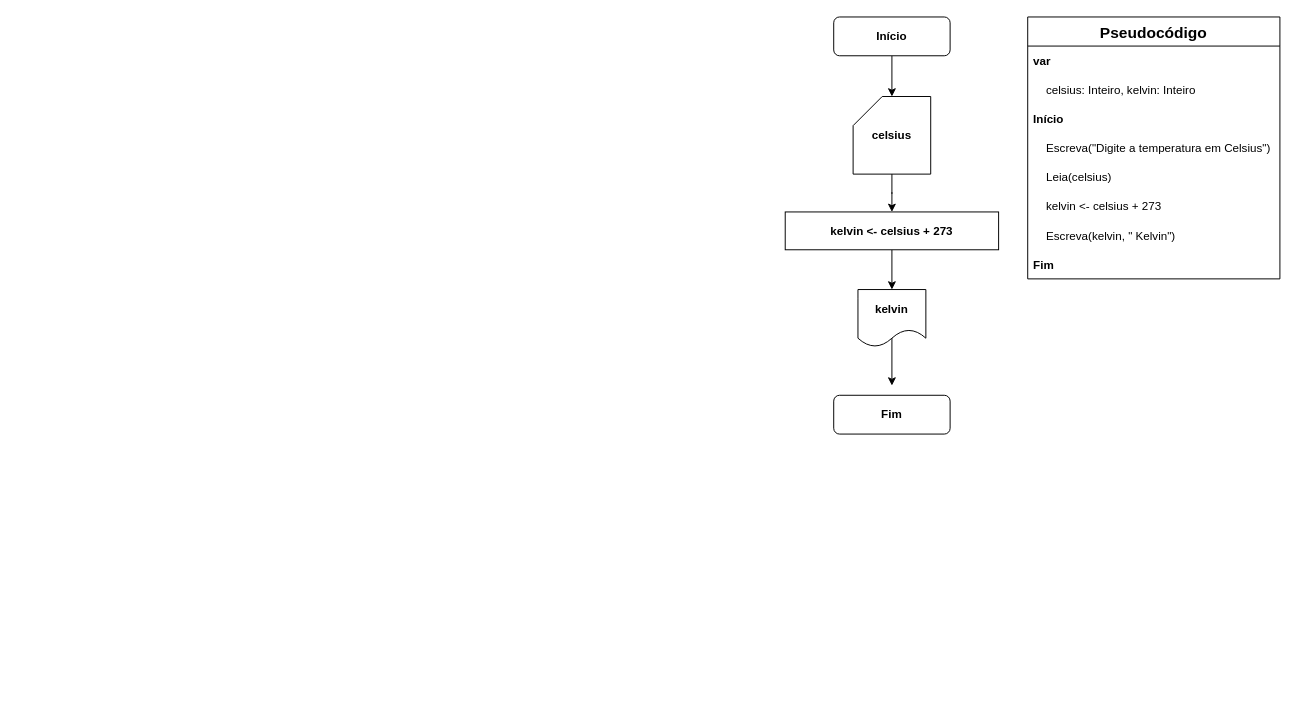
The draw.io diagram page "Ex. 1.4" (4 of 5) of exercicios.drawio in iSamekh/draw.io, before the edit. Source tidied: cells renumbered, new cells numbered last; positions are measured from the earlier drawing's top-left corner, leaving out a move shared by most shapes. Both pictures are drawn from the tidied source at 97%, with x=0, y=0 at pixel (785, 16).
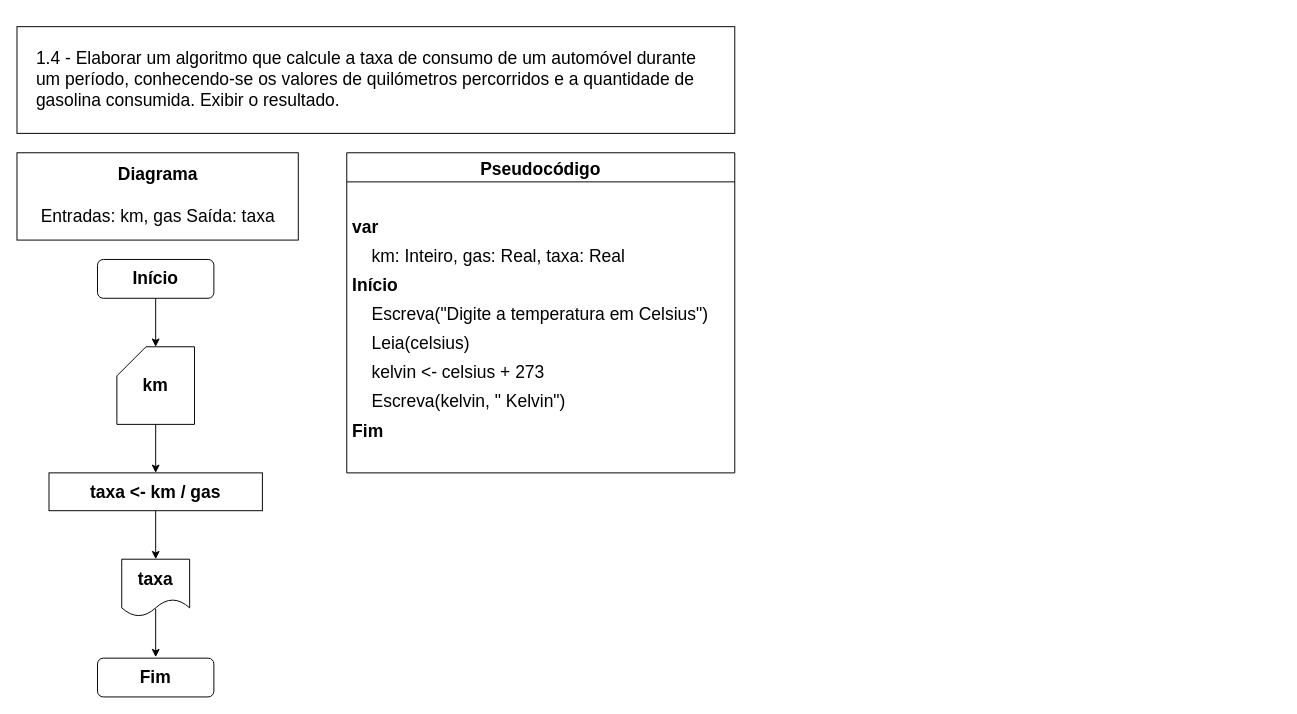
The same diagram, later.

Change to the diagram source:
```diff
@@
-    <mxCell id="2" style="edgeStyle=orthogonalEdgeStyle;rounded=0;jettySize=auto;html=1;" parent="1" edge="1" source="3" target="8">
+    <mxCell id="2" style="edgeStyle=orthogonalEdgeStyle;rounded=0;jettySize=auto;html=1;fontSize=18;fontColor=#0F0F0F;" parent="1" edge="1" source="3" target="8">
       <mxGeometry relative="1" as="geometry" />
     </mxCell>
-    <mxCell id="3" value="Início" style="rounded=1;whiteSpace=wrap;html=1;fontSize=12;glass=0;strokeWidth=1;shadow=0;fontStyle=1;" parent="1" vertex="1">
-      <mxGeometry x="50" width="120" height="40" as="geometry" />
+    <mxCell id="3" value="Início" style="rounded=1;whiteSpace=wrap;html=1;fontSize=18;glass=0;strokeWidth=1;shadow=0;fontStyle=1;" parent="1" vertex="1">
+      <mxGeometry x="-709" y="250" width="120" height="40" as="geometry" />
     </mxCell>
-    <mxCell id="4" value="Fim" style="rounded=1;whiteSpace=wrap;html=1;fontSize=12;glass=0;strokeWidth=1;shadow=0;fontStyle=1;" parent="1" vertex="1">
-      <mxGeometry x="50" y="390" width="120" height="40" as="geometry" />
+    <mxCell id="4" value="Fim" style="rounded=1;whiteSpace=wrap;html=1;fontSize=18;glass=0;strokeWidth=1;shadow=0;fontStyle=1;" parent="1" vertex="1">
+      <mxGeometry x="-709" y="661" width="120" height="40" as="geometry" />
     </mxCell>
-    <mxCell id="5" style="edgeStyle=orthogonalEdgeStyle;rounded=0;orthogonalLoop=1;jettySize=auto;html=1;" parent="1" edge="1">
-      <mxGeometry relative="1" as="geometry">
-        <mxPoint x="110" y="330" as="sourcePoint" />
-        <mxPoint x="110" y="380" as="targetPoint" />
-      </mxGeometry>
-    </mxCell>
+    <mxCell id="20" style="edgeStyle=orthogonalEdgeStyle;rounded=0;orthogonalLoop=1;jettySize=auto;html=1;fontSize=18;fontColor=#0F0F0F;" parent="1" edge="1">
+      <mxGeometry relative="1" as="geometry">
+        <mxPoint x="-649" y="610" as="sourcePoint" />
+        <mxPoint x="-649" y="660" as="targetPoint" />
+      </mxGeometry>
+    </mxCell>
-    <mxCell id="6" value="kelvin" style="shape=document;whiteSpace=wrap;html=1;boundedLbl=1;fontStyle=1;" parent="1" vertex="1">
-      <mxGeometry x="75" y="281" width="70" height="59" as="geometry" />
+    <mxCell id="6" value="taxa" style="shape=document;whiteSpace=wrap;html=1;boundedLbl=1;fontStyle=1;fontSize=18;" parent="1" vertex="1">
+      <mxGeometry x="-684" y="559" width="70" height="59" as="geometry" />
     </mxCell>
-    <mxCell id="7" style="edgeStyle=orthogonalEdgeStyle;rounded=0;jettySize=auto;html=1;" parent="1" edge="1" source="8" target="10">
+    <mxCell id="7" style="edgeStyle=orthogonalEdgeStyle;rounded=0;jettySize=auto;html=1;fontSize=18;fontColor=#0F0F0F;" parent="1" edge="1" source="8" target="10">
       <mxGeometry relative="1" as="geometry" />
     </mxCell>
-    <mxCell id="8" value="celsius" style="shape=card;whiteSpace=wrap;html=1;fontStyle=1;" parent="1" vertex="1">
-      <mxGeometry x="70" y="82" width="80" height="80" as="geometry" />
+    <mxCell id="8" value="km" style="shape=card;whiteSpace=wrap;html=1;fontStyle=1;fontSize=18;" parent="1" vertex="1">
+      <mxGeometry x="-689" y="340" width="80" height="80" as="geometry" />
     </mxCell>
-    <mxCell id="9" style="edgeStyle=orthogonalEdgeStyle;rounded=0;jettySize=auto;html=1;fontStyle=1;" parent="1" edge="1" source="10" target="6">
+    <mxCell id="9" style="edgeStyle=orthogonalEdgeStyle;rounded=0;jettySize=auto;html=1;fontSize=18;fontColor=#0F0F0F;" parent="1" edge="1" source="10" target="6">
       <mxGeometry relative="1" as="geometry" />
     </mxCell>
-    <mxCell id="10" value="kelvin &amp;lt;- celsius + 273" style="rounded=0;whiteSpace=wrap;html=1;fontStyle=1;" parent="1" vertex="1">
-      <mxGeometry y="201" width="220" height="39" as="geometry" />
+    <mxCell id="10" value="taxa &amp;lt;- km / gas" style="rounded=0;whiteSpace=wrap;html=1;fontStyle=1;fontSize=18;" parent="1" vertex="1">
+      <mxGeometry x="-759" y="470" width="220" height="39" as="geometry" />
     </mxCell>
-    <mxCell id="11" value="Pseudocódigo" style="swimlane;fontStyle=1;horizontal=1;startSize=30;rounded=0;shadow=0;labelBackgroundColor=#FFFFFF;labelBorderColor=none;sketch=0;fillStyle=auto;strokeColor=default;strokeWidth=1;fillColor=default;swimlaneLine=1;glass=0;arcSize=20;fontSize=16;" parent="1" vertex="1">
-      <mxGeometry x="250" width="260" height="270" as="geometry" />
+    <mxCell id="11" value="Pseudocódigo" style="swimlane;fontStyle=1;horizontal=1;startSize=30;rounded=0;shadow=0;labelBackgroundColor=#FFFFFF;labelBorderColor=none;sketch=0;fillStyle=auto;strokeColor=default;strokeWidth=1;fillColor=default;swimlaneLine=1;glass=0;arcSize=20;fontSize=18;spacing=10;" parent="1" vertex="1">
+      <mxGeometry x="-452" y="140" width="400" height="330" as="geometry" />
     </mxCell>
+    <mxCell id="21" style="text;strokeColor=none;fillColor=none;align=left;verticalAlign=middle;spacingLeft=4;spacingRight=4;overflow=hidden;rounded=1;shadow=0;labelBackgroundColor=none;labelBorderColor=none;sketch=0;fillStyle=auto;strokeWidth=5;glass=0;fontStyle=1;fontSize=18;" parent="11" vertex="1">
+      <mxGeometry y="30" width="400" height="30" as="geometry" />
+    </mxCell>
-    <mxCell id="12" value="var" style="text;strokeColor=none;fillColor=none;align=left;verticalAlign=middle;spacingLeft=4;spacingRight=4;overflow=hidden;rounded=1;shadow=0;labelBackgroundColor=none;labelBorderColor=none;sketch=0;fillStyle=auto;strokeWidth=5;glass=0;fontStyle=1;" parent="11" vertex="1">
-      <mxGeometry y="30" width="260" height="30" as="geometry" />
+    <mxCell id="12" value="var" style="text;strokeColor=none;fillColor=none;align=left;verticalAlign=middle;spacingLeft=4;spacingRight=4;overflow=hidden;rounded=1;shadow=0;labelBackgroundColor=none;labelBorderColor=none;sketch=0;fillStyle=auto;strokeWidth=5;glass=0;fontStyle=1;fontSize=18;" parent="11" vertex="1">
+      <mxGeometry y="60" width="400" height="30" as="geometry" />
     </mxCell>
-    <mxCell id="13" value="    celsius: Inteiro, kelvin: Inteiro" style="text;strokeColor=none;fillColor=none;align=left;verticalAlign=middle;spacingLeft=4;spacingRight=4;overflow=hidden;rounded=1;shadow=0;labelBackgroundColor=none;labelBorderColor=none;sketch=1;fillStyle=auto;strokeWidth=5;" parent="11" vertex="1">
-      <mxGeometry y="60" width="260" height="30" as="geometry" />
+    <mxCell id="13" value="    km: Inteiro, gas: Real, taxa: Real" style="text;strokeColor=none;fillColor=none;align=left;verticalAlign=middle;spacingLeft=4;spacingRight=4;overflow=hidden;rounded=1;shadow=0;labelBackgroundColor=none;labelBorderColor=none;sketch=1;fillStyle=auto;strokeWidth=5;fontSize=18;" parent="11" vertex="1">
+      <mxGeometry y="90" width="400" height="30" as="geometry" />
     </mxCell>
-    <mxCell id="14" value="Início" style="text;strokeColor=none;fillColor=none;align=left;verticalAlign=middle;spacingLeft=4;spacingRight=4;overflow=hidden;rounded=1;shadow=0;labelBackgroundColor=none;labelBorderColor=none;sketch=1;fillStyle=auto;strokeWidth=5;fontStyle=1;" parent="11" vertex="1">
-      <mxGeometry y="90" width="260" height="30" as="geometry" />
+    <mxCell id="14" value="Início" style="text;strokeColor=none;fillColor=none;align=left;verticalAlign=middle;spacingLeft=4;spacingRight=4;overflow=hidden;rounded=1;shadow=0;labelBackgroundColor=none;labelBorderColor=none;sketch=1;fillStyle=auto;strokeWidth=5;fontStyle=1;fontSize=18;" parent="11" vertex="1">
+      <mxGeometry y="120" width="400" height="30" as="geometry" />
     </mxCell>
-    <mxCell id="15" value="     Escreva(&quot;Digite a temperatura em Celsius&quot;)" style="text;strokeColor=none;fillColor=none;align=left;verticalAlign=middle;spacingLeft=4;spacingRight=4;overflow=hidden;rounded=1;shadow=0;labelBackgroundColor=none;labelBorderColor=none;sketch=1;fillStyle=auto;strokeWidth=5;fontStyle=0;" parent="11" vertex="1">
-      <mxGeometry y="120" width="260" height="30" as="geometry" />
+    <mxCell id="15" value="     Escreva(&quot;Digite a temperatura em Celsius&quot;)" style="text;strokeColor=none;fillColor=none;align=left;verticalAlign=middle;spacingLeft=4;spacingRight=4;overflow=hidden;rounded=1;shadow=0;labelBackgroundColor=none;labelBorderColor=none;sketch=1;fillStyle=auto;strokeWidth=5;fontStyle=0;fontSize=18;" parent="11" vertex="1">
+      <mxGeometry y="150" width="400" height="30" as="geometry" />
     </mxCell>
-    <mxCell id="16" value="     Leia(celsius)" style="text;strokeColor=none;fillColor=none;align=left;verticalAlign=middle;spacingLeft=4;spacingRight=4;overflow=hidden;rounded=1;shadow=0;labelBackgroundColor=none;labelBorderColor=none;sketch=1;fillStyle=auto;strokeWidth=5;fontStyle=0;" parent="11" vertex="1">
-      <mxGeometry y="150" width="260" height="30" as="geometry" />
+    <mxCell id="16" value="     Leia(celsius)" style="text;strokeColor=none;fillColor=none;align=left;verticalAlign=middle;spacingLeft=4;spacingRight=4;overflow=hidden;rounded=1;shadow=0;labelBackgroundColor=none;labelBorderColor=none;sketch=1;fillStyle=auto;strokeWidth=5;fontStyle=0;fontSize=18;" parent="11" vertex="1">
+      <mxGeometry y="180" width="400" height="30" as="geometry" />
     </mxCell>
-    <mxCell id="17" value="    kelvin &lt;- celsius + 273" style="text;strokeColor=none;fillColor=none;align=left;verticalAlign=middle;spacingLeft=4;spacingRight=4;overflow=hidden;rounded=1;shadow=0;labelBackgroundColor=none;labelBorderColor=none;sketch=1;fillStyle=auto;strokeWidth=5;fontStyle=0;" parent="11" vertex="1">
-      <mxGeometry y="180" width="260" height="30" as="geometry" />
+    <mxCell id="17" value="    kelvin &lt;- celsius + 273" style="text;strokeColor=none;fillColor=none;align=left;verticalAlign=middle;spacingLeft=4;spacingRight=4;overflow=hidden;rounded=1;shadow=0;labelBackgroundColor=none;labelBorderColor=none;sketch=1;fillStyle=auto;strokeWidth=5;fontStyle=0;fontSize=18;" parent="11" vertex="1">
+      <mxGeometry y="210" width="400" height="30" as="geometry" />
     </mxCell>
-    <mxCell id="18" value="     Escreva(kelvin, &quot; Kelvin&quot;)" style="text;strokeColor=none;fillColor=none;align=left;verticalAlign=middle;spacingLeft=4;spacingRight=4;overflow=hidden;rounded=1;shadow=0;labelBackgroundColor=none;labelBorderColor=none;sketch=1;fillStyle=auto;strokeWidth=5;fontStyle=0;" parent="11" vertex="1">
-      <mxGeometry y="210" width="260" height="30" as="geometry" />
+    <mxCell id="18" value="     Escreva(kelvin, &quot; Kelvin&quot;)" style="text;strokeColor=none;fillColor=none;align=left;verticalAlign=middle;spacingLeft=4;spacingRight=4;overflow=hidden;rounded=1;shadow=0;labelBackgroundColor=none;labelBorderColor=none;sketch=1;fillStyle=auto;strokeWidth=5;fontStyle=0;fontSize=18;" parent="11" vertex="1">
+      <mxGeometry y="240" width="400" height="30" as="geometry" />
     </mxCell>
-    <mxCell id="19" value="Fim" style="text;strokeColor=none;fillColor=none;align=left;verticalAlign=middle;spacingLeft=4;spacingRight=4;overflow=hidden;rounded=1;shadow=0;labelBackgroundColor=none;labelBorderColor=none;sketch=1;fillStyle=auto;strokeWidth=5;fontStyle=1;" parent="11" vertex="1">
-      <mxGeometry y="240" width="260" height="30" as="geometry" />
+    <mxCell id="19" value="Fim" style="text;strokeColor=none;fillColor=none;align=left;verticalAlign=middle;spacingLeft=4;spacingRight=4;overflow=hidden;rounded=1;shadow=0;labelBackgroundColor=none;labelBorderColor=none;sketch=1;fillStyle=auto;strokeWidth=5;fontStyle=1;fontSize=18;" parent="11" vertex="1">
+      <mxGeometry y="270" width="400" height="30" as="geometry" />
     </mxCell>
+    <mxCell id="22" style="text;strokeColor=none;fillColor=none;align=left;verticalAlign=middle;spacingLeft=4;spacingRight=4;overflow=hidden;rounded=1;shadow=0;labelBackgroundColor=none;labelBorderColor=none;sketch=1;fillStyle=auto;strokeWidth=5;fontStyle=1;fontSize=18;" parent="11" vertex="1">
+      <mxGeometry y="300" width="400" height="30" as="geometry" />
+    </mxCell>
+    <mxCell id="23" value="&lt;font style=&quot;font-size: 18px;&quot;&gt;&lt;b style=&quot;font-size: 18px;&quot;&gt;Diagrama&lt;br&gt;&lt;/b&gt;&lt;br style=&quot;font-size: 18px;&quot;&gt;&lt;div style=&quot;text-align: left; font-size: 18px;&quot;&gt;&lt;span style=&quot;font-size: 18px;&quot;&gt;&lt;font style=&quot;font-size: 18px;&quot;&gt;Entradas: km, gas&lt;span style=&quot;white-space: pre;&quot;&gt; &lt;/span&gt;&lt;/font&gt;&lt;/span&gt;Saída: taxa&lt;/div&gt;&lt;/font&gt;" style="text;html=1;align=center;verticalAlign=middle;fillColor=default;strokeColor=default;rounded=0;shadow=0;glass=0;labelBackgroundColor=#FFFFFF;labelBorderColor=none;sketch=0;fillStyle=auto;strokeWidth=1;fontSize=18;spacing=10;" parent="1" vertex="1">
+      <mxGeometry x="-792" y="140" width="290" height="90" as="geometry" />
+    </mxCell>
+    <mxCell id="24" value="&lt;font style=&quot;font-size: 18px;&quot;&gt;1.4 - Elaborar um algoritmo que calcule a taxa de consumo de um automóvel durante&lt;br&gt;um&amp;nbsp;período, conhecendo-se os valores de quilómetros percorridos e a quantidade de&lt;br&gt;gasolina consumida. Exibir o resultado.&lt;/font&gt;" style="text;html=1;align=left;verticalAlign=middle;rounded=0;labelBackgroundColor=#FFF;fillColor=default;gradientColor=none;strokeColor=default;fontSize=18;perimeterSpacing=0;spacing=20;" parent="1" vertex="1">
+      <mxGeometry x="-792" y="10" width="740" height="110" as="geometry" />
+    </mxCell>
```
